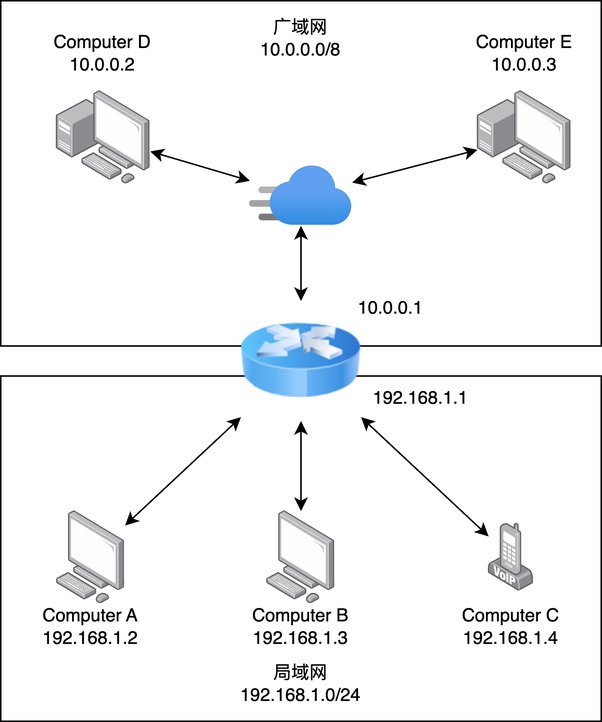
Before: net.png, a diagram exported from draw.io (N2Sys-EDU/Lab3-Documentation). Source tidied: cells renumbered, new cells last; positions are measured from the earlier drawing's top-left corner, leaving out a move shared by most shapes.
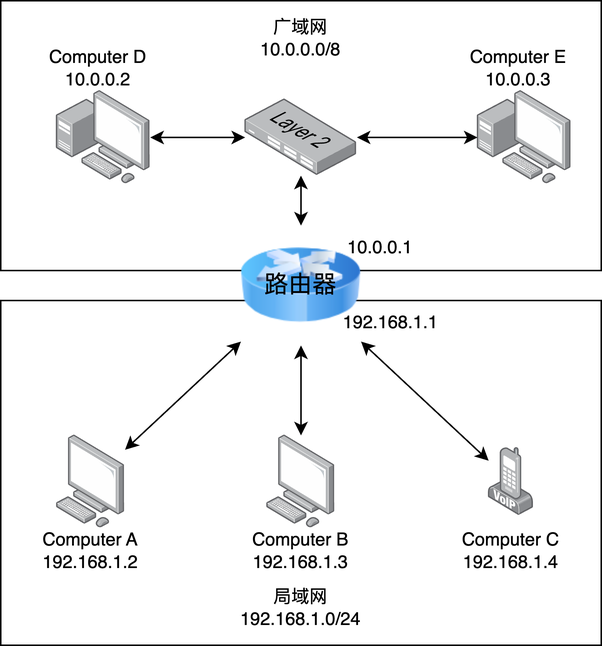
Above is the later version.

What changed in the source:
```diff
@@ -3,7 +3,7 @@
     <mxCell id="0" />
     <mxCell id="1" parent="0" />
     <mxCell id="2" style="rounded=0;whiteSpace=wrap;html=1;" parent="1" vertex="1">
-      <mxGeometry width="400" height="230" as="geometry" />
+      <mxGeometry y="50" width="400" height="180" as="geometry" />
     </mxCell>
     <mxCell id="3" style="rounded=0;whiteSpace=wrap;html=1;" parent="1" vertex="1">
       <mxGeometry y="250" width="400" height="230" as="geometry" />
@@ -24,10 +24,10 @@
       <mxGeometry x="20" y="401.8" width="80" height="30" as="geometry" />
     </mxCell>
     <mxCell id="9" value="192.168.1.1" style="text;html=1;strokeColor=none;fillColor=none;align=center;verticalAlign=middle;whiteSpace=wrap;rounded=0;" parent="1" vertex="1">
-      <mxGeometry x="250" y="250" width="60" height="30" as="geometry" />
+      <mxGeometry x="230" y="250" width="60" height="30" as="geometry" />
     </mxCell>
     <mxCell id="10" value="10.0.0.1" style="text;html=1;strokeColor=none;fillColor=none;align=center;verticalAlign=middle;whiteSpace=wrap;rounded=0;" parent="1" vertex="1">
-      <mxGeometry x="230" y="190" width="60" height="30" as="geometry" />
+      <mxGeometry x="222.8" y="200" width="60" height="30" as="geometry" />
     </mxCell>
     <mxCell id="11" value="Computer B&lt;br&gt;192.168.1.3" style="text;html=1;strokeColor=none;fillColor=none;align=center;verticalAlign=middle;whiteSpace=wrap;rounded=0;" parent="1" vertex="1">
       <mxGeometry x="160" y="401.8" width="80" height="30" as="geometry" />
@@ -39,11 +39,8 @@
       <mxGeometry x="170" y="440" width="60" height="30" as="geometry" />
     </mxCell>
     <mxCell id="14" value="广域网&lt;br&gt;10.0.0.0/8" style="text;html=1;strokeColor=none;fillColor=none;align=center;verticalAlign=middle;whiteSpace=wrap;rounded=0;" parent="1" vertex="1">
-      <mxGeometry x="170" y="10" width="60" height="30" as="geometry" />
+      <mxGeometry x="170" y="60" width="60" height="30" as="geometry" />
     </mxCell>
-    <mxCell id="15" style="html=1;points=[];align=center;image;fontSize=12;image=img/lib/azure2/networking/CDN_Profiles.svg;" parent="1" vertex="1">
-      <mxGeometry x="166" y="110" width="68" height="40" as="geometry" />
-    </mxCell>
     <mxCell id="16" style="endArrow=classic;startArrow=classic;html=1;" parent="1" edge="1" source="5" target="4">
       <mxGeometry relative="1" as="geometry" />
     </mxCell>
@@ -53,26 +50,32 @@
     <mxCell id="18" style="endArrow=classic;startArrow=classic;html=1;" parent="1" edge="1" source="6" target="4">
       <mxGeometry relative="1" as="geometry" />
     </mxCell>
-    <mxCell id="19" style="endArrow=classic;startArrow=classic;html=1;" parent="1" edge="1" source="4" target="15">
+    <mxCell id="19" style="endArrow=classic;startArrow=classic;html=1;" parent="1" edge="1" source="4" target="26">
       <mxGeometry relative="1" as="geometry" />
     </mxCell>
     <mxCell id="20" style="points=[];html=1;align=center;shadow=0;dashed=0;image;image=img/lib/allied_telesis/computer_and_terminals/Personal_Computer_with_Server.svg;" parent="1" vertex="1">
-      <mxGeometry x="37.2" y="60" width="62.4" height="62.4" as="geometry" />
+      <mxGeometry x="37.2" y="110" width="62.4" height="62.4" as="geometry" />
     </mxCell>
     <mxCell id="21" style="points=[];html=1;align=center;shadow=0;dashed=0;image;image=img/lib/allied_telesis/computer_and_terminals/Personal_Computer_with_Server.svg;" parent="1" vertex="1">
-      <mxGeometry x="317.6" y="60" width="62.4" height="62.4" as="geometry" />
+      <mxGeometry x="317.6" y="110" width="62.4" height="62.4" as="geometry" />
     </mxCell>
-    <mxCell id="22" style="endArrow=classic;startArrow=classic;html=1;" parent="1" edge="1" source="21" target="15">
+    <mxCell id="22" style="endArrow=classic;startArrow=classic;html=1;" parent="1" edge="1" source="21" target="26">
       <mxGeometry relative="1" as="geometry" />
     </mxCell>
-    <mxCell id="23" style="endArrow=classic;startArrow=classic;html=1;" parent="1" edge="1" source="20" target="15">
+    <mxCell id="23" style="endArrow=classic;startArrow=classic;html=1;" parent="1" edge="1" source="20" target="26">
       <mxGeometry relative="1" as="geometry" />
     </mxCell>
     <mxCell id="24" value="Computer D&lt;br&gt;10.0.0.2" style="text;html=1;strokeColor=none;fillColor=none;align=center;verticalAlign=middle;whiteSpace=wrap;rounded=0;" parent="1" vertex="1">
-      <mxGeometry x="33.4" y="20" width="70" height="30" as="geometry" />
+      <mxGeometry x="29.6" y="80" width="70" height="30" as="geometry" />
     </mxCell>
     <mxCell id="25" value="Computer E&lt;br&gt;10.0.0.3" style="text;html=1;strokeColor=none;fillColor=none;align=center;verticalAlign=middle;whiteSpace=wrap;rounded=0;" parent="1" vertex="1">
-      <mxGeometry x="313.8" y="20" width="70" height="30" as="geometry" />
+      <mxGeometry x="310" y="80" width="70" height="30" as="geometry" />
     </mxCell>
+    <mxCell id="26" style="points=[];html=1;align=center;shadow=0;dashed=0;image;image=img/lib/allied_telesis/switch/Switch_24_port_L2.svg;" parent="1" vertex="1">
+      <mxGeometry x="162.8" y="115.7" width="74.4" height="51" as="geometry" />
+    </mxCell>
+    <mxCell id="27" value="路由器" style="text;html=1;strokeColor=none;fillColor=none;align=center;verticalAlign=middle;whiteSpace=wrap;rounded=0;fontColor=#000000;fontSize=16;" parent="1" vertex="1">
+      <mxGeometry x="170" y="225" width="60" height="30" as="geometry" />
+    </mxCell>
   </root>
 </mxGraphModel>
```
